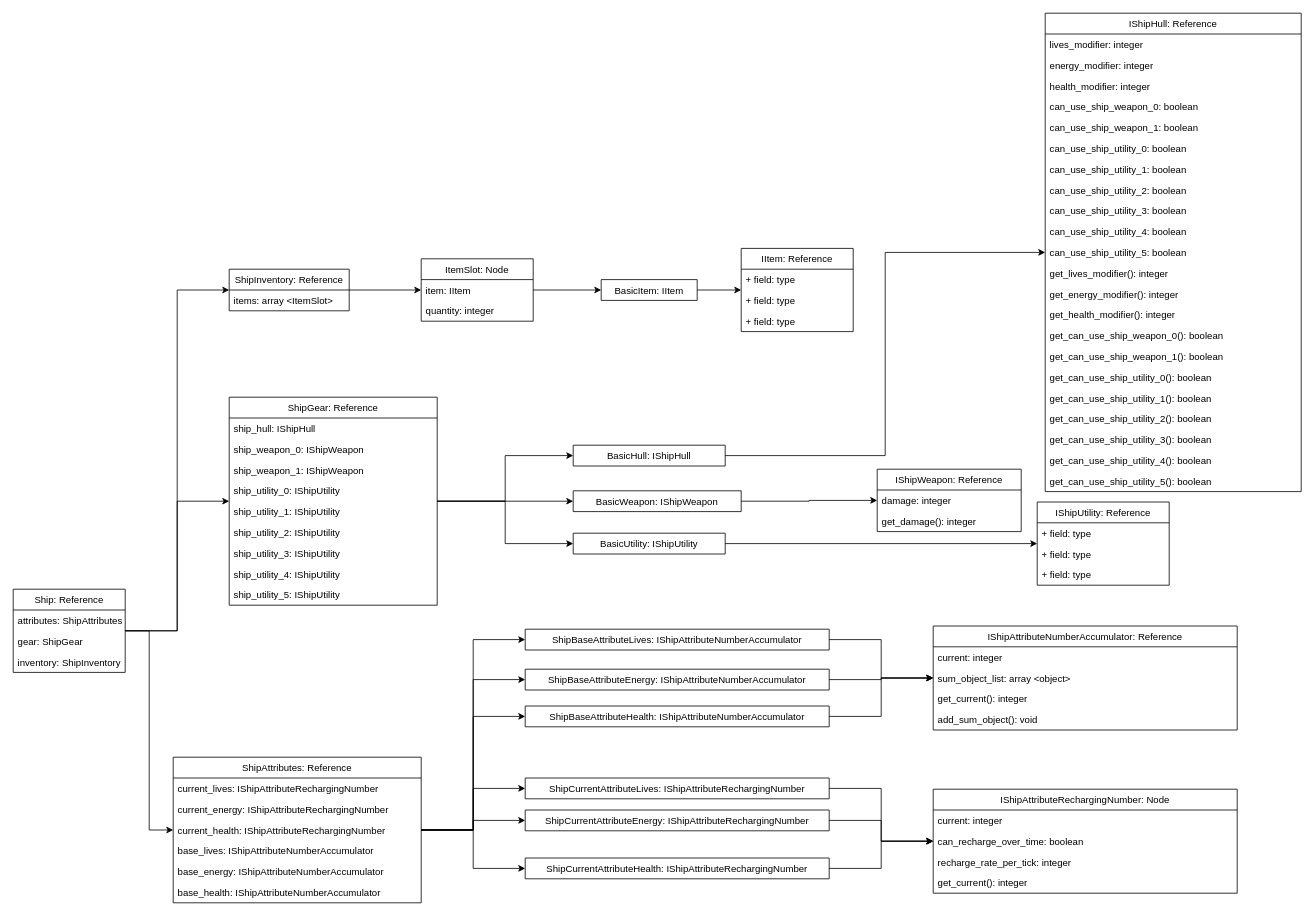
gaudeon/interstice_fall_of_atlas keeps this draw.io diagram as docs/diagrams/ship_uml.drawio. Above is the earlier version. Source tidied: cells renumbered, new cells numbered last; positions are measured from the earlier drawing's top-left corner, leaving out a move shared by most shapes. Both pictures are drawn from the tidied source at 80%, with x=0, y=0 at pixel (13, 13).
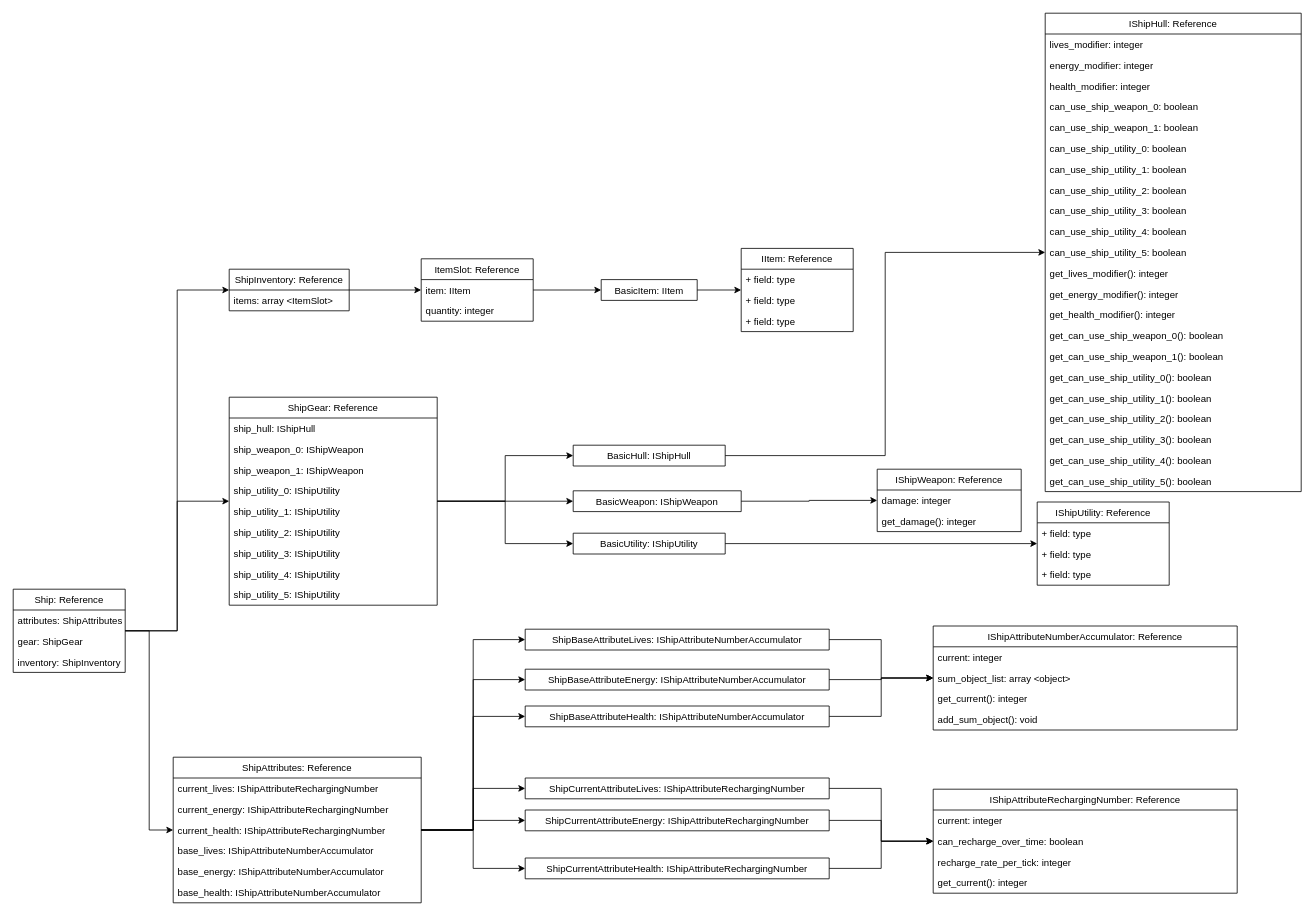
Above is the later version.

Change to the diagram source:
```diff
@@
-    <mxCell id="39" value="IShipAttributeRechargingNumber: Node" style="swimlane;fontStyle=0;horizontal=1;startSize=26;fillColor=none;" parent="1" vertex="1">
+    <mxCell id="39" value="IShipAttributeRechargingNumber: Reference" style="swimlane;fontStyle=0;horizontal=1;startSize=26;fillColor=none;" parent="1" vertex="1">
       <mxGeometry x="1150" y="970" width="380" height="130" as="geometry" />
     </mxCell>
@@
-    <mxCell id="98" value="ItemSlot: Node" style="swimlane;fontStyle=0;horizontal=1;startSize=26;fillColor=none;" parent="1" vertex="1">
+    <mxCell id="98" value="ItemSlot: Reference" style="swimlane;fontStyle=0;horizontal=1;startSize=26;fillColor=none;" parent="1" vertex="1">
       <mxGeometry x="510" y="307" width="140" height="78" as="geometry" />
     </mxCell>
```
